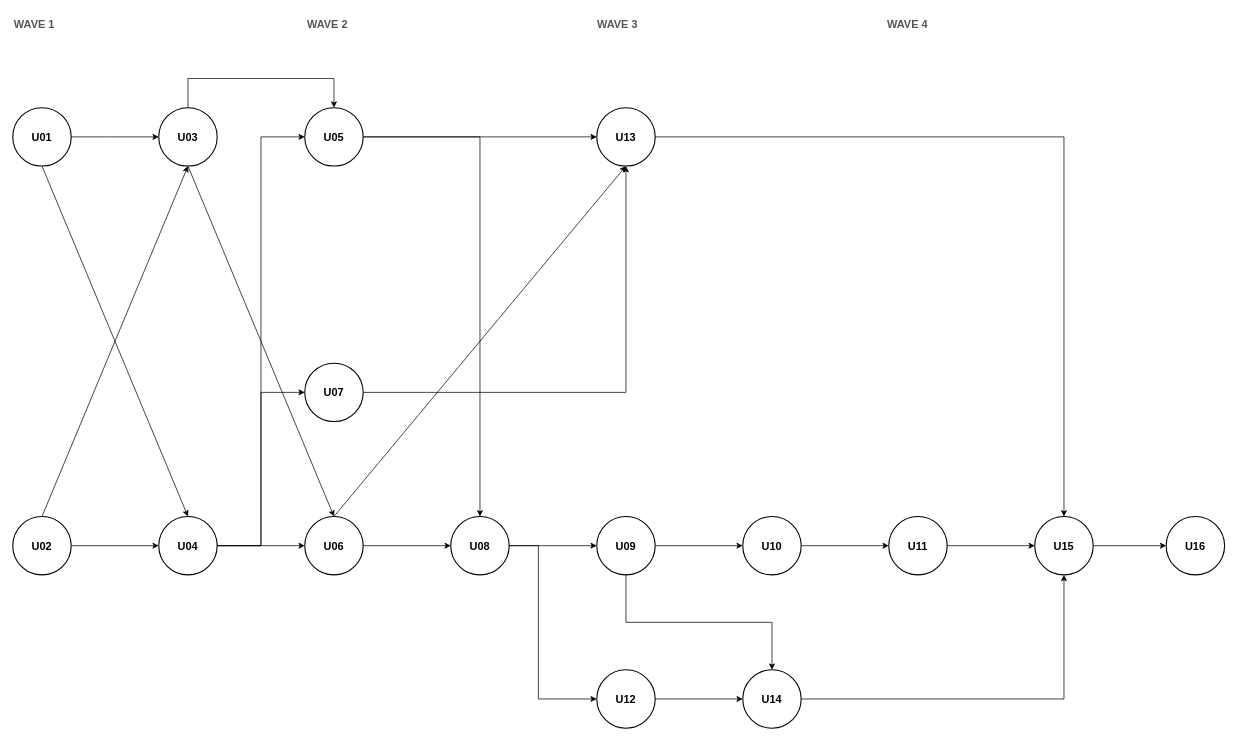
hygef-v4/AI-Powered-Learning-Platform keeps this draw.io diagram as aidlc-docs/inception/application-design/unit-of-work-dependency.drawio. Above is the earlier version. Source tidied: cells renumbered, new cells numbered last; positions are measured from the earlier drawing's top-left corner, leaving out a move shared by most shapes. Both pictures are drawn from the tidied source at 73%, with x=0, y=0 at pixel (12, 12).
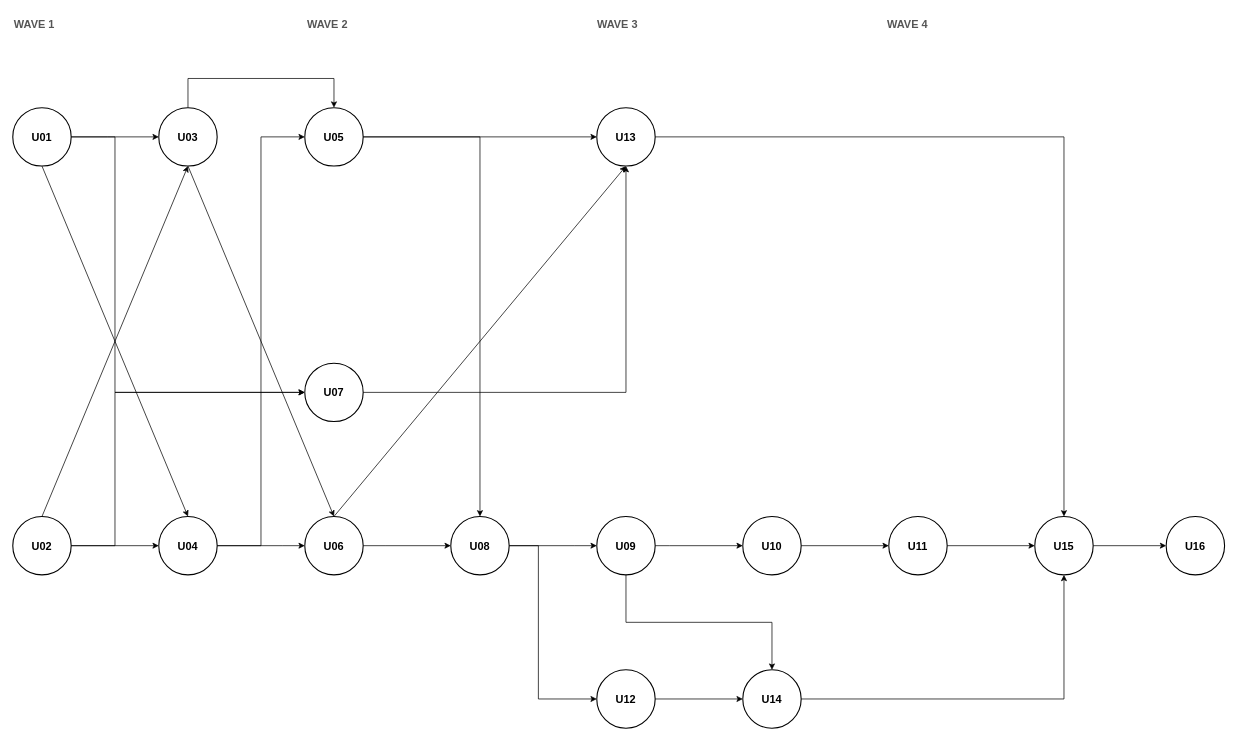
Above is the later version.

The change refers to these unchanged cells:
```xml
<mxCell id="3" value="U01" style="ellipse;whiteSpace=wrap;html=1;fillColor=#ffffff;strokeColor=#000000;strokeWidth=1.5;fontSize=15;fontStyle=1;" parent="1" vertex="1">
  <mxGeometry y="130" width="80" height="80" as="geometry" />
</mxCell>
<mxCell id="4" value="U02" style="ellipse;whiteSpace=wrap;html=1;fillColor=#ffffff;strokeColor=#000000;strokeWidth=1.5;fontSize=15;fontStyle=1;" parent="1" vertex="1">
  <mxGeometry y="690" width="80" height="80" as="geometry" />
</mxCell>
<mxCell id="6" value="U04" style="ellipse;whiteSpace=wrap;html=1;fillColor=#ffffff;strokeColor=#000000;strokeWidth=1.5;fontSize=15;fontStyle=1;" parent="1" vertex="1">
  <mxGeometry x="200" y="690" width="80" height="80" as="geometry" />
</mxCell>
<mxCell id="7" value="U07" style="ellipse;whiteSpace=wrap;html=1;fillColor=#ffffff;strokeColor=#000000;strokeWidth=1.5;fontSize=15;fontStyle=1;" parent="1" vertex="1">
  <mxGeometry x="400" y="480" width="80" height="80" as="geometry" />
</mxCell>
```

The edit, as a diff of the source:
```diff
@@
-    <mxCell id="26" style="edgeStyle=orthogonalEdgeStyle;rounded=0;curved=0;html=1;exitX=1;exitY=0.5;exitDx=0;exitDy=0;entryX=0;entryY=0.5;entryDx=0;entryDy=0;strokeColor=#000000;" parent="1" edge="1" source="6" target="7">
-      <mxGeometry relative="1" as="geometry">
-        <Array as="points">
-          <mxPoint x="340" y="730" />
-          <mxPoint x="340" y="520" />
-        </Array>
-      </mxGeometry>
-    </mxCell>
+    <mxCell id="43" style="edgeStyle=orthogonalEdgeStyle;rounded=0;curved=0;html=1;exitX=1;exitY=0.5;exitDx=0;exitDy=0;entryX=0;entryY=0.5;entryDx=0;entryDy=0;strokeColor=#000000;" parent="1" edge="1" source="3" target="7">
+      <mxGeometry relative="1" as="geometry">
+        <Array as="points">
+          <mxPoint x="140" y="170" />
+          <mxPoint x="140" y="520" />
+        </Array>
+      </mxGeometry>
+    </mxCell>
+    <mxCell id="44" style="edgeStyle=orthogonalEdgeStyle;rounded=0;curved=0;html=1;exitX=1;exitY=0.5;exitDx=0;exitDy=0;entryX=0;entryY=0.5;entryDx=0;entryDy=0;strokeColor=#000000;" parent="1" edge="1" source="4" target="7">
+      <mxGeometry relative="1" as="geometry">
+        <Array as="points">
+          <mxPoint x="140" y="730" />
+          <mxPoint x="140" y="520" />
+        </Array>
+      </mxGeometry>
+    </mxCell>
```
